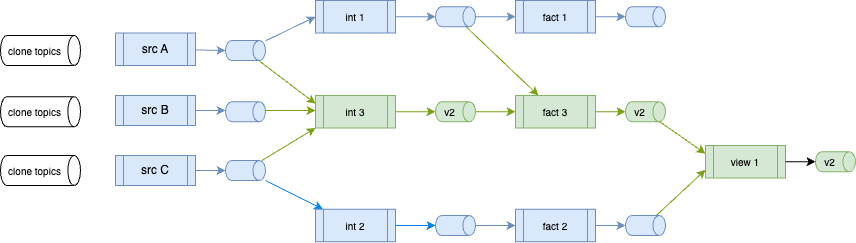
This is docs/images/bg_2_3.drawio.png from jbcodeforce/shift_left_utils, a draw.io export, as it was before one commit. Source tidied: cells renumbered, new cells last; positions are measured from the earlier drawing's top-left corner, leaving out a move shared by most shapes.
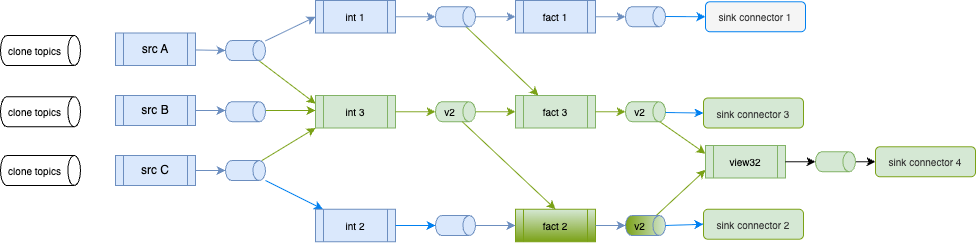
After the change.

Diff of the diagram source:
```diff
@@ -20,10 +20,10 @@
     <mxCell id="7" value="src B" style="shape=process;whiteSpace=wrap;html=1;backgroundOutline=1;fillColor=#dae8fc;strokeColor=#6c8ebf;" parent="1" vertex="1">
       <mxGeometry x="90" y="99" width="80" height="30" as="geometry" />
     </mxCell>
-    <mxCell id="8" value="fact 2" style="shape=process;whiteSpace=wrap;html=1;backgroundOutline=1;fillColor=#dae8fc;strokeColor=#6c8ebf;fontSize=10;" parent="1" vertex="1">
+    <mxCell id="8" value="fact 2" style="shape=process;whiteSpace=wrap;html=1;backgroundOutline=1;fillColor=#D5E8D4;strokeColor=#7AA116;fontSize=10;gradientColor=#7AA116;" parent="1" vertex="1">
       <mxGeometry x="490" y="212.8" width="80" height="32.5" as="geometry" />
     </mxCell>
-    <mxCell id="9" value="fact 3" style="shape=process;whiteSpace=wrap;html=1;backgroundOutline=1;fillColor=#d5e8d4;strokeColor=#82b366;fontSize=10;" parent="1" vertex="1">
+    <mxCell id="9" value="fact 3" style="shape=process;whiteSpace=wrap;html=1;backgroundOutline=1;fillColor=#D5E8D4;strokeColor=#82b366;fontSize=10;" parent="1" vertex="1">
       <mxGeometry x="490" y="99" width="80" height="32.5" as="geometry" />
     </mxCell>
     <mxCell id="10" style="edgeStyle=none;html=1;strokeColor=#6c8ebf;fillColor=#dae8fc;" parent="1" edge="1" source="11" target="8">
@@ -35,7 +35,7 @@
     <mxCell id="12" style="edgeStyle=none;html=1;entryX=0;entryY=0.75;entryDx=0;entryDy=0;strokeColor=#7AA116;" parent="1" edge="1" source="13" target="42">
       <mxGeometry relative="1" as="geometry" />
     </mxCell>
-    <mxCell id="13" style="shape=cylinder3;whiteSpace=wrap;html=1;boundedLbl=1;backgroundOutline=1;size=6.3255615234375;rotation=90;fillColor=#dae8fc;strokeColor=#6c8ebf;" parent="1" vertex="1">
+    <mxCell id="13" value="v2" style="shape=cylinder3;whiteSpace=wrap;html=1;boundedLbl=1;backgroundOutline=1;size=6.3255615234375;rotation=90;fillColor=#D5E8D4;strokeColor=#6c8ebf;horizontal=0;fontSize=10;gradientColor=#7AA116;" parent="1" vertex="1">
       <mxGeometry x="610" y="209" width="20" height="40" as="geometry" />
     </mxCell>
     <mxCell id="14" value="v2" style="shape=cylinder3;whiteSpace=wrap;html=1;boundedLbl=1;backgroundOutline=1;size=6.3255615234375;rotation=90;fillColor=#d5e8d4;strokeColor=#82b366;horizontal=0;fontSize=10;" parent="1" vertex="1">
@@ -127,17 +127,50 @@
     <mxCell id="41" style="shape=cylinder3;whiteSpace=wrap;html=1;boundedLbl=1;backgroundOutline=1;size=6.3255615234375;rotation=90;fillColor=#dae8fc;strokeColor=#6c8ebf;" parent="1" vertex="1">
       <mxGeometry x="210" y="95.2" width="20" height="40" as="geometry" />
     </mxCell>
-    <mxCell id="42" value="view 1" style="shape=process;whiteSpace=wrap;html=1;backgroundOutline=1;fillColor=#d5e8d4;strokeColor=#82b366;fontSize=10;" parent="1" vertex="1">
+    <mxCell id="42" value="view32" style="shape=process;whiteSpace=wrap;html=1;backgroundOutline=1;fillColor=#d5e8d4;strokeColor=#82b366;fontSize=10;" parent="1" vertex="1">
       <mxGeometry x="680" y="149" width="80" height="32.5" as="geometry" />
     </mxCell>
     <mxCell id="43" style="edgeStyle=none;html=1;entryX=0;entryY=0.25;entryDx=0;entryDy=0;strokeColor=#7AA116;" parent="1" edge="1" source="14" target="42">
       <mxGeometry relative="1" as="geometry" />
     </mxCell>
+    <mxCell id="46" style="edgeStyle=none;html=1;exitX=0.5;exitY=0;exitDx=0;exitDy=0;exitPerimeter=0;entryX=0;entryY=0.5;entryDx=0;entryDy=0;" parent="1" edge="1" source="44" target="53">
+      <mxGeometry relative="1" as="geometry" />
+    </mxCell>
-    <mxCell id="44" value="v2" style="shape=cylinder3;whiteSpace=wrap;html=1;boundedLbl=1;backgroundOutline=1;size=6.3255615234375;rotation=90;fillColor=#d5e8d4;strokeColor=#82b366;horizontal=0;fontSize=10;" parent="1" vertex="1">
+    <mxCell id="44" style="shape=cylinder3;whiteSpace=wrap;html=1;boundedLbl=1;backgroundOutline=1;size=6.3255615234375;rotation=90;fillColor=#d5e8d4;strokeColor=#82b366;horizontal=0;fontSize=10;" parent="1" vertex="1">
       <mxGeometry x="800" y="145.2" width="20" height="40" as="geometry" />
     </mxCell>
     <mxCell id="45" style="edgeStyle=none;html=1;entryX=0.5;entryY=1;entryDx=0;entryDy=0;entryPerimeter=0;" parent="1" edge="1" source="42" target="44">
       <mxGeometry relative="1" as="geometry" />
     </mxCell>
+    <mxCell id="47" style="edgeStyle=none;html=1;entryX=0;entryY=0.5;entryDx=0;entryDy=0;strokeColor=#0080F0;" parent="1" edge="1" target="51">
+      <mxGeometry relative="1" as="geometry">
+        <mxPoint x="640" y="229" as="sourcePoint" />
+      </mxGeometry>
+    </mxCell>
+    <mxCell id="48" style="edgeStyle=none;html=1;entryX=0;entryY=0.5;entryDx=0;entryDy=0;strokeColor=#0080F0;" parent="1" edge="1" target="52">
+      <mxGeometry relative="1" as="geometry">
+        <mxPoint x="640" y="116" as="sourcePoint" />
+      </mxGeometry>
+    </mxCell>
+    <mxCell id="49" style="edgeStyle=none;html=1;entryX=0;entryY=0.5;entryDx=0;entryDy=0;strokeColor=#0080F0;" parent="1" edge="1" target="50">
+      <mxGeometry relative="1" as="geometry">
+        <mxPoint x="640" y="20" as="sourcePoint" />
+      </mxGeometry>
+    </mxCell>
+    <mxCell id="50" value="sink connector 1" style="rounded=1;whiteSpace=wrap;html=1;fillColor=#f5f5f5;fontColor=#333333;strokeColor=#0080F0;fontSize=10;" parent="1" vertex="1">
+      <mxGeometry x="680" y="5.2" width="100" height="30" as="geometry" />
+    </mxCell>
+    <mxCell id="51" value="sink connector 2" style="rounded=1;whiteSpace=wrap;html=1;fillColor=#D5E8D4;fontColor=#333333;strokeColor=#7AA116;fontSize=10;" parent="1" vertex="1">
+      <mxGeometry x="678" y="212.8" width="100" height="30" as="geometry" />
+    </mxCell>
+    <mxCell id="52" value="sink connector 3" style="rounded=1;whiteSpace=wrap;html=1;fillColor=#D5E8D4;fontColor=#333333;strokeColor=#7AA116;fontSize=10;" parent="1" vertex="1">
+      <mxGeometry x="678" y="101.5" width="100" height="30" as="geometry" />
+    </mxCell>
+    <mxCell id="53" value="sink connector 4" style="rounded=1;whiteSpace=wrap;html=1;fillColor=#D5E8D4;fontColor=#333333;strokeColor=#7AA116;fontSize=10;" parent="1" vertex="1">
+      <mxGeometry x="850" y="150.2" width="100" height="30" as="geometry" />
+    </mxCell>
+    <mxCell id="54" style="edgeStyle=none;html=1;strokeColor=#7AA116;exitX=1;exitY=0;exitDx=0;exitDy=13.16278076171875;exitPerimeter=0;entryX=0.5;entryY=0;entryDx=0;entryDy=0;" parent="1" edge="1" source="34" target="8">
+      <mxGeometry relative="1" as="geometry" />
+    </mxCell>
   </root>
 </mxGraphModel>
```
